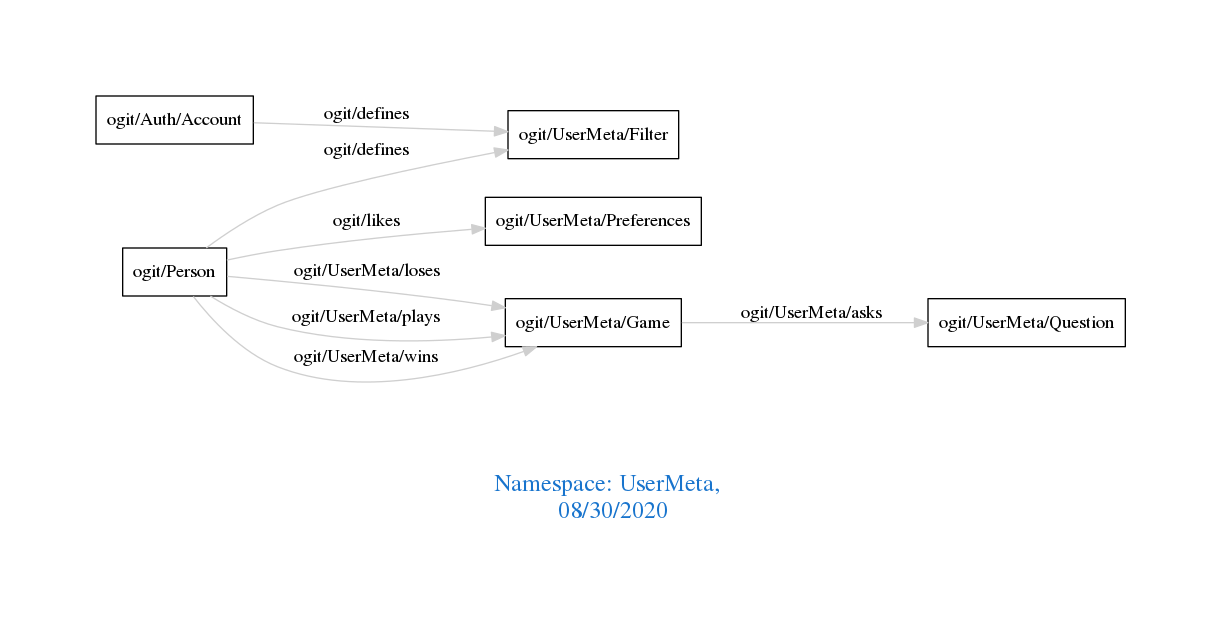
Before: downloads/UserMeta.png, a diagram exported from Graphviz (arago/OGIT). Its source is kept beside it as downloads/UserMeta.dot.
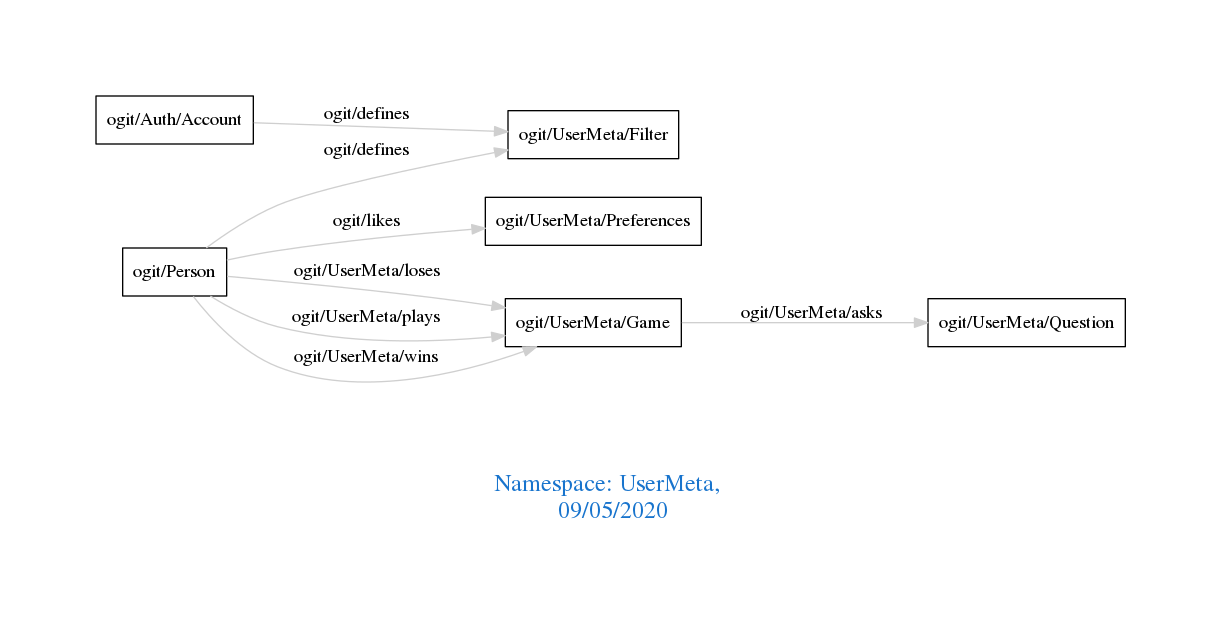
The same diagram one commit later.

The edit, as a diff of the source:
```diff
@@ -1,7 +1,7 @@
 digraph OGIT_ontology {
  graph [ rankdir= LR,pad=1
 fontsize = 18,
-fontcolor= dodgerblue3,label = "\n\n\nNamespace: UserMeta, \n 08/30/2020"];
+fontcolor= dodgerblue3,label = "\n\n\nNamespace: UserMeta, \n 09/05/2020"];
 node[shape=polygon];
 edge [  color="gray81"];
 
```
